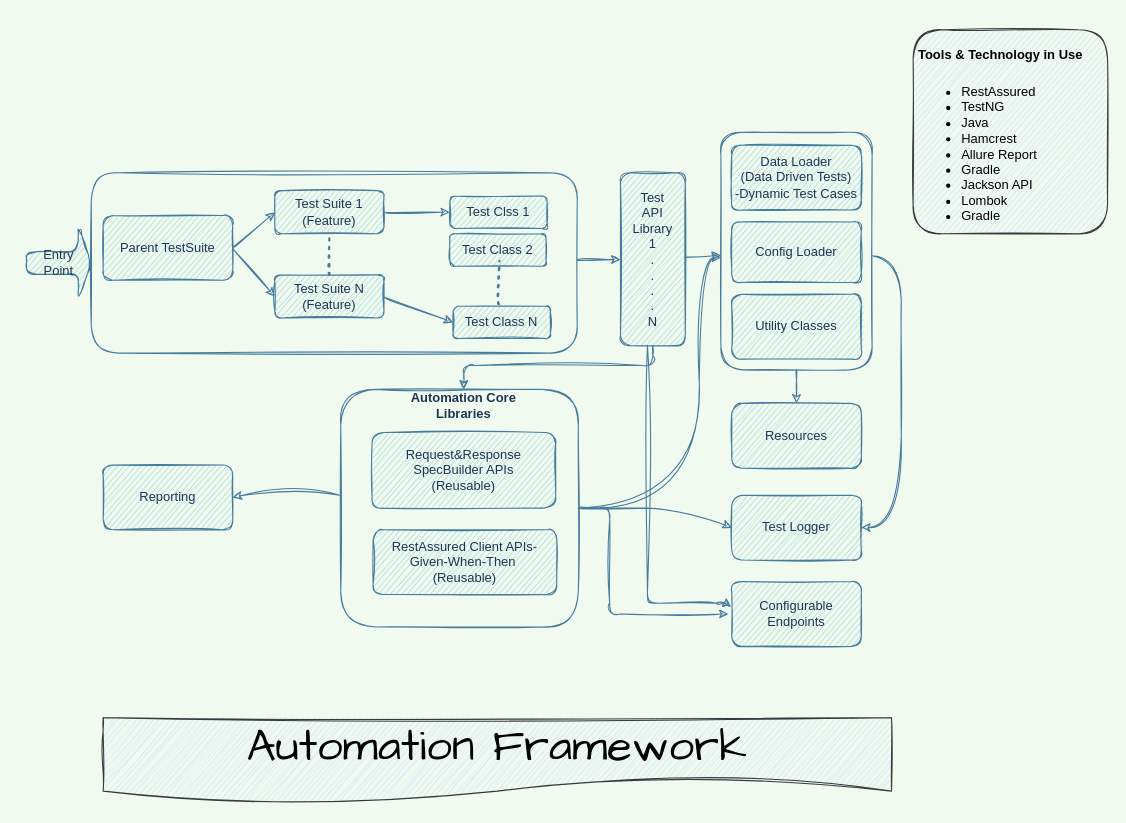
Before: page "Page-1" (1 of 2) of framework/IntegrationTest Framework-v1.drawio in ashokmazumder/adobe, a draw.io diagram. Source tidied: cells renumbered, new cells numbered last; positions are measured from the earlier drawing's top-left corner, leaving out a move shared by most shapes. Both pictures are drawn from the tidied source at 108%, with x=0, y=0 at pixel (26, 29).
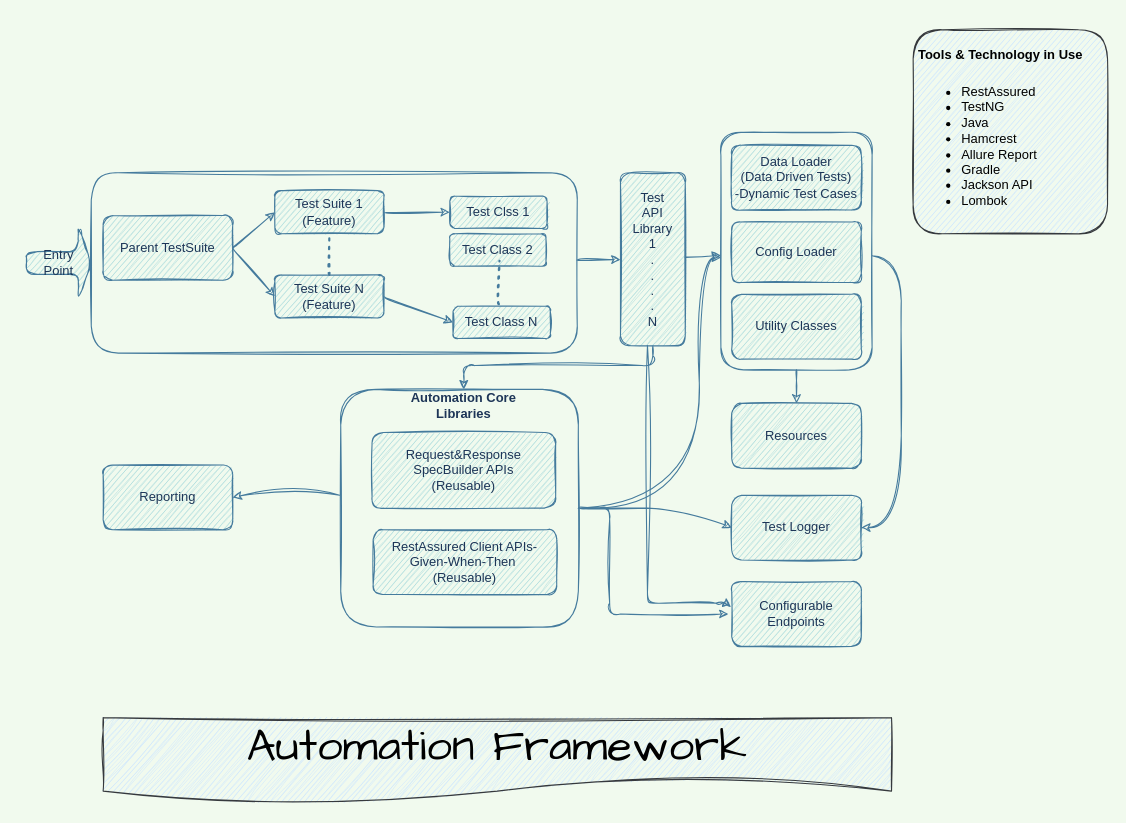
After the change.

What changed in the source:
```diff
@@
-    <mxCell id="15" value="&lt;h1&gt;&lt;font style=&quot;font-size: 12px;&quot;&gt;Tools &amp;amp; Technology in Use&lt;/font&gt;&lt;/h1&gt;&lt;div&gt;&lt;ul&gt;&lt;li&gt;&lt;font style=&quot;font-size: 12px;&quot;&gt;RestAssured&lt;/font&gt;&lt;/li&gt;&lt;li&gt;&lt;font style=&quot;font-size: 12px;&quot;&gt;TestNG&lt;br&gt;&lt;/font&gt;&lt;/li&gt;&lt;li&gt;&lt;font style=&quot;font-size: 12px;&quot;&gt;Java&lt;/font&gt;&lt;/li&gt;&lt;li&gt;&lt;font style=&quot;font-size: 12px;&quot;&gt;Hamcrest&lt;/font&gt;&lt;/li&gt;&lt;li&gt;&lt;font style=&quot;font-size: 12px;&quot;&gt;Allure Report&lt;/font&gt;&lt;/li&gt;&lt;li&gt;&lt;font style=&quot;font-size: 12px;&quot;&gt;Gradle&lt;/font&gt;&lt;/li&gt;&lt;li&gt;&lt;font style=&quot;font-size: 12px;&quot;&gt;Jackson API&lt;/font&gt;&lt;/li&gt;&lt;li&gt;&lt;font style=&quot;font-size: 12px;&quot;&gt;Lombok&lt;/font&gt;&lt;/li&gt;&lt;li&gt;&lt;font style=&quot;font-size: 12px;&quot;&gt;Gradle&lt;/font&gt;&lt;/li&gt;&lt;/ul&gt;&lt;/div&gt;&lt;div&gt;&lt;font size=&quot;3&quot;&gt;&lt;br&gt;&lt;/font&gt;&lt;/div&gt;" style="text;html=1;strokeColor=#36393d;fillColor=#cce5ff;spacing=5;spacingTop=-20;whiteSpace=wrap;overflow=hidden;rounded=1;sketch=1;fontFamily=Helvetica;" parent="1" vertex="1">
+    <mxCell id="15" value="&lt;h1&gt;&lt;font style=&quot;font-size: 12px;&quot;&gt;Tools &amp;amp; Technology in Use&lt;/font&gt;&lt;/h1&gt;&lt;div&gt;&lt;ul&gt;&lt;li&gt;&lt;font style=&quot;font-size: 12px;&quot;&gt;RestAssured&lt;/font&gt;&lt;/li&gt;&lt;li&gt;&lt;font style=&quot;font-size: 12px;&quot;&gt;TestNG&lt;br&gt;&lt;/font&gt;&lt;/li&gt;&lt;li&gt;&lt;font style=&quot;font-size: 12px;&quot;&gt;Java&lt;/font&gt;&lt;/li&gt;&lt;li&gt;&lt;font style=&quot;font-size: 12px;&quot;&gt;Hamcrest&lt;/font&gt;&lt;/li&gt;&lt;li&gt;&lt;font style=&quot;font-size: 12px;&quot;&gt;Allure Report&lt;/font&gt;&lt;/li&gt;&lt;li&gt;&lt;font style=&quot;font-size: 12px;&quot;&gt;Gradle&lt;/font&gt;&lt;/li&gt;&lt;li&gt;&lt;font style=&quot;font-size: 12px;&quot;&gt;Jackson API&lt;/font&gt;&lt;/li&gt;&lt;li&gt;&lt;font style=&quot;font-size: 12px;&quot;&gt;Lombok&lt;/font&gt;&lt;/li&gt;&lt;/ul&gt;&lt;/div&gt;&lt;div&gt;&lt;font size=&quot;3&quot;&gt;&lt;br&gt;&lt;/font&gt;&lt;/div&gt;" style="text;html=1;strokeColor=#36393d;fillColor=#cce5ff;spacing=5;spacingTop=-20;whiteSpace=wrap;overflow=hidden;rounded=1;sketch=1;fontFamily=Helvetica;" parent="1" vertex="1">
       <mxGeometry x="821" width="180" height="189" as="geometry" />
     </mxCell>
```
